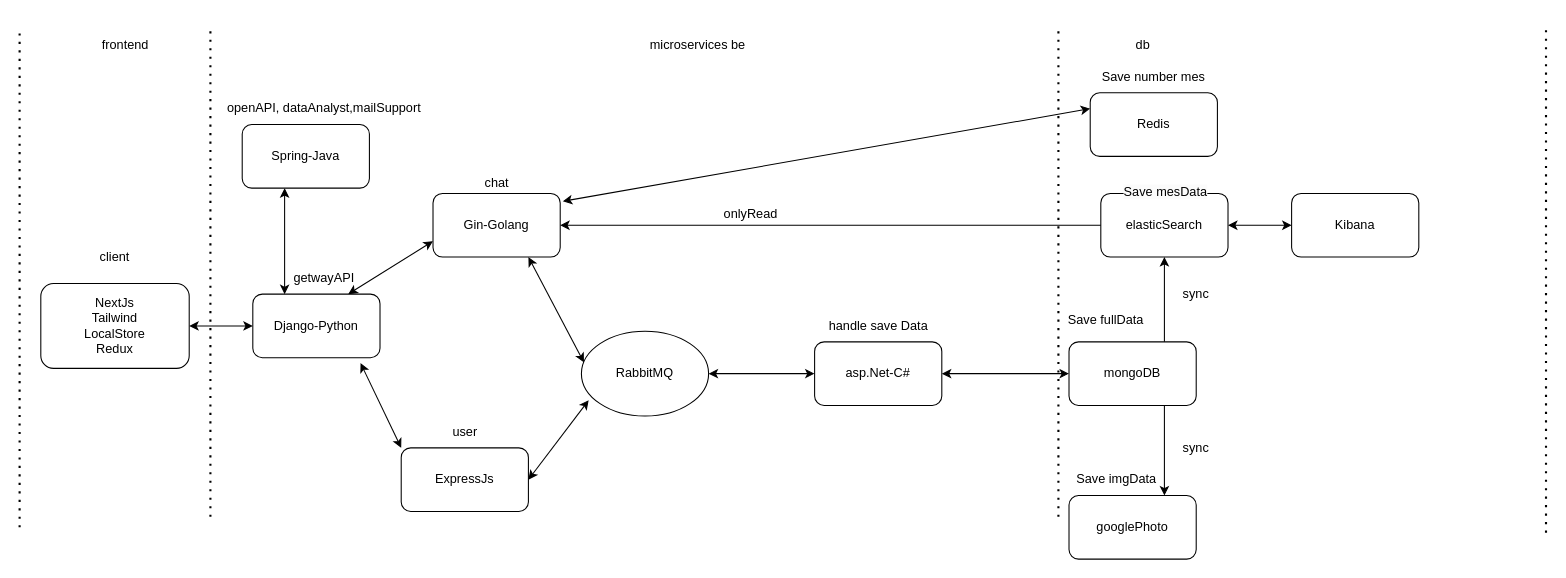
Above: basicAppChat.drawio in HuyNguyen3003/basicAppChat (draw.io), before the change. Source tidied: cells renumbered, new cells numbered last; positions are measured from the earlier drawing's top-left corner, leaving out a move shared by most shapes. Both pictures are drawn from the tidied source at 106%, with x=0, y=0 at pixel (19, 18).
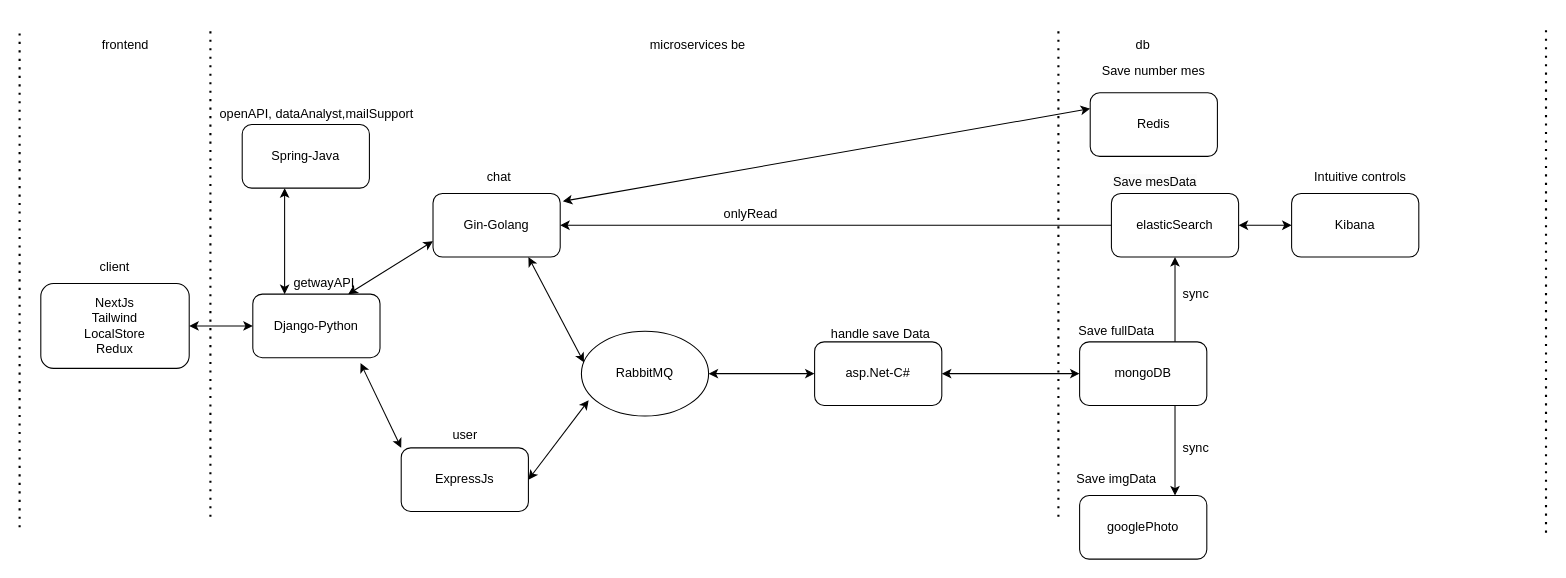
The same diagram, later.

What changed in the source:
```diff
@@
     <mxCell id="8" value="mongoDB" style="rounded=1;whiteSpace=wrap;html=1;" parent="1" vertex="1">
-      <mxGeometry x="990" y="305" width="120" height="60" as="geometry" />
+      <mxGeometry x="1000" y="305" width="120" height="60" as="geometry" />
     </mxCell>
@@
     <mxCell id="10" value="elasticSearch" style="rounded=1;whiteSpace=wrap;html=1;" parent="1" vertex="1">
-      <mxGeometry x="1020" y="165" width="120" height="60" as="geometry" />
+      <mxGeometry x="1030" y="165" width="120" height="60" as="geometry" />
     </mxCell>
     <mxCell id="11" value="googlePhoto" style="rounded=1;whiteSpace=wrap;html=1;" parent="1" vertex="1">
-      <mxGeometry x="990" y="450" width="120" height="60" as="geometry" />
+      <mxGeometry x="1000" y="450" width="120" height="60" as="geometry" />
     </mxCell>
@@
     <mxCell id="17" value="user" style="text;html=1;strokeColor=none;fillColor=none;align=center;verticalAlign=middle;whiteSpace=wrap;rounded=0;" parent="1" vertex="1">
-      <mxGeometry x="362.5" y="375" width="115" height="30" as="geometry" />
+      <mxGeometry x="362.5" y="380" width="115" height="25" as="geometry" />
     </mxCell>
     <mxCell id="18" value="chat" style="text;html=1;strokeColor=none;fillColor=none;align=center;verticalAlign=middle;whiteSpace=wrap;rounded=0;" parent="1" vertex="1">
-      <mxGeometry x="392.5" y="140" width="115" height="30" as="geometry" />
+      <mxGeometry x="395" y="140" width="115" height="20" as="geometry" />
     </mxCell>
@@
     <mxCell id="23" value="handle save Data" style="text;html=1;strokeColor=none;fillColor=none;align=center;verticalAlign=middle;whiteSpace=wrap;rounded=0;" parent="1" vertex="1">
-      <mxGeometry x="752.5" y="275" width="115" height="30" as="geometry" />
+      <mxGeometry x="755" y="290" width="115" height="15" as="geometry" />
     </mxCell>
     <mxCell id="24" value="Save number mes" style="text;html=1;strokeColor=none;fillColor=none;align=center;verticalAlign=middle;whiteSpace=wrap;rounded=0;" parent="1" vertex="1">
-      <mxGeometry x="1020" y="40" width="100" height="30" as="geometry" />
+      <mxGeometry x="1020" y="40" width="100" height="20" as="geometry" />
     </mxCell>
@@
     <mxCell id="26" value="Save fullData" style="text;html=1;strokeColor=none;fillColor=none;align=center;verticalAlign=middle;whiteSpace=wrap;rounded=0;" parent="1" vertex="1">
-      <mxGeometry x="980" y="270" width="90" height="30" as="geometry" />
+      <mxGeometry x="990" y="290" width="90" height="10" as="geometry" />
     </mxCell>
@@
     <mxCell id="30" value="&lt;span style=&quot;color: rgb(0, 0, 0); font-family: Helvetica; font-size: 12px; font-style: normal; font-variant-ligatures: normal; font-variant-caps: normal; font-weight: 400; letter-spacing: normal; orphans: 2; text-align: center; text-indent: 0px; text-transform: none; widows: 2; word-spacing: 0px; -webkit-text-stroke-width: 0px; background-color: rgb(251, 251, 251); text-decoration-thickness: initial; text-decoration-style: initial; text-decoration-color: initial; float: none; display: inline !important;&quot;&gt;Save mesData&lt;/span&gt;" style="text;whiteSpace=wrap;html=1;" parent="1" vertex="1">
-      <mxGeometry x="1040" y="150" width="100" height="40" as="geometry" />
+      <mxGeometry x="1030" y="140" width="100" height="20" as="geometry" />
     </mxCell>
     <mxCell id="31" value="getwayAPI" style="text;html=1;strokeColor=none;fillColor=none;align=center;verticalAlign=middle;whiteSpace=wrap;rounded=0;" parent="1" vertex="1">
-      <mxGeometry x="230" y="230" width="115" height="30" as="geometry" />
+      <mxGeometry x="230" y="240" width="115" height="20" as="geometry" />
     </mxCell>
@@
     <mxCell id="33" value="client" style="text;html=1;strokeColor=none;fillColor=none;align=center;verticalAlign=middle;whiteSpace=wrap;rounded=0;" parent="1" vertex="1">
-      <mxGeometry x="60" y="210" width="60" height="30" as="geometry" />
+      <mxGeometry x="60" y="225" width="60" height="20" as="geometry" />
     </mxCell>
@@
     <mxCell id="36" value="openAPI, dataAnalyst,mailSupport" style="text;html=1;strokeColor=none;fillColor=none;align=center;verticalAlign=middle;whiteSpace=wrap;rounded=0;" parent="1" vertex="1">
-      <mxGeometry x="185" y="70" width="205" height="30" as="geometry" />
+      <mxGeometry x="177.5" y="80" width="205" height="20" as="geometry" />
     </mxCell>
@@
+    <mxCell id="48" value="Intuitive controls" style="text;html=1;strokeColor=none;fillColor=none;align=center;verticalAlign=middle;whiteSpace=wrap;rounded=0;" parent="1" vertex="1">
+      <mxGeometry x="1210" y="135" width="110" height="30" as="geometry" />
+    </mxCell>
```
